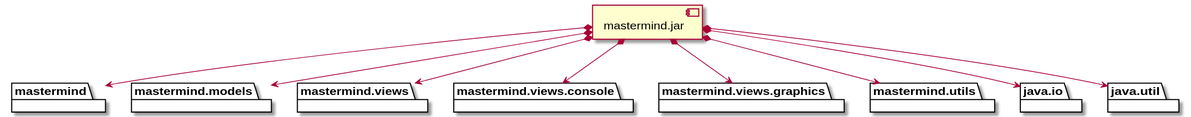
Earlier version of the PlantUML export documentView/withFactoryMethod/docs/diagrams/out/vistas/desarrollo_implementacion.svg (SantaTecla-mastermind/solution.java.swing.socket.sql).
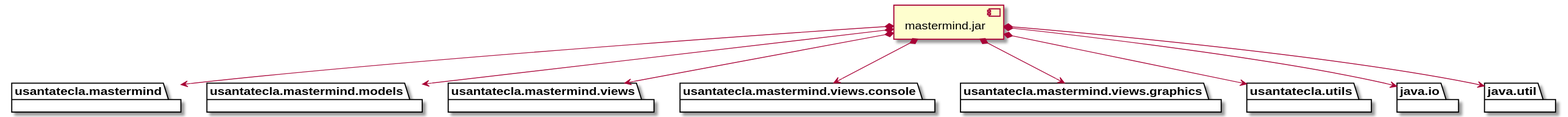
Above is the later version.

Change to the diagram source:
```diff
@@ -1,15 +1,15 @@
 @startuml
-package "  "  as mastermind {
+package "  "  as usantatecla.mastermind {
 }
-package "  "  as mastermind.models {
+package "  "  as usantatecla.mastermind.models {
 }
-package "  "  as mastermind.views {
+package "  "  as usantatecla.mastermind.views {
 }
-package "  "  as mastermind.views.console {
+package "  "  as usantatecla.mastermind.views.console {
 }
-package "  "  as mastermind.views.graphics {
+package "  "  as usantatecla.mastermind.views.graphics {
 }
-package "  "  as mastermind.utils {
+package "  "  as usantatecla.utils {
 }
 package "  "  as java.io {
 }
@@ -18,12 +18,12 @@
 
 [mastermind.jar] as jar
 
-jar *--> mastermind
-jar *--> mastermind.models
-jar *--> mastermind.views
-jar *--> mastermind.views.console
-jar *--> mastermind.views.graphics
-jar *--> mastermind.utils
+jar *--> usantatecla.mastermind
+jar *--> usantatecla.mastermind.models
+jar *--> usantatecla.mastermind.views
+jar *--> usantatecla.mastermind.views.console
+jar *--> usantatecla.mastermind.views.graphics
+jar *--> usantatecla.utils
 jar *--> java.io
 jar *--> java.util
 @enduml
```
